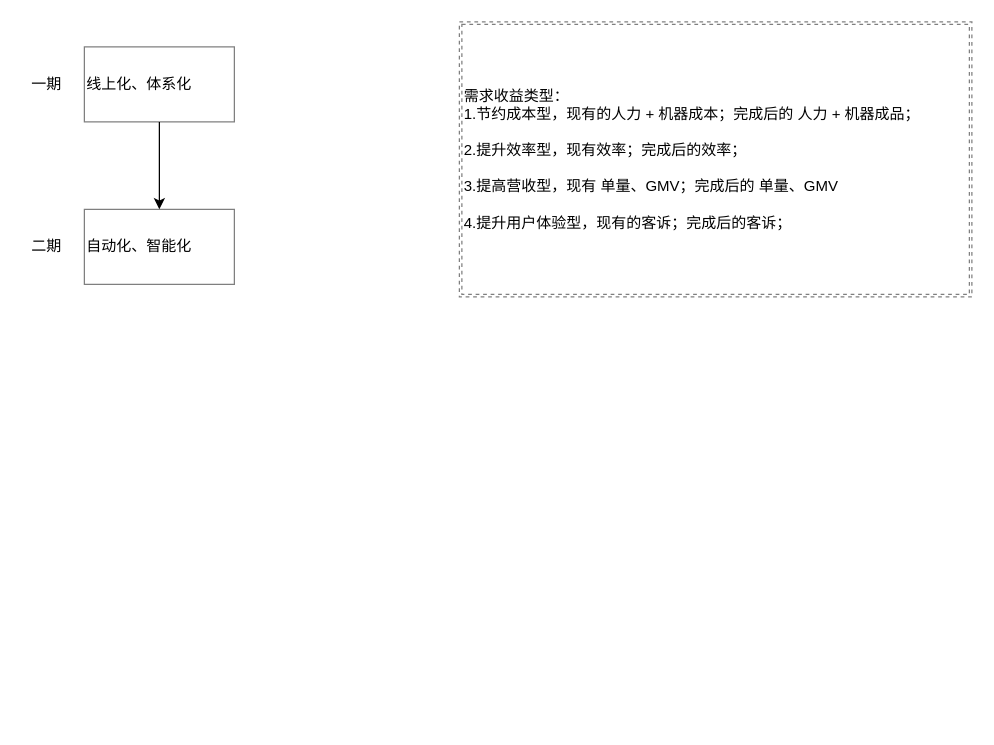
Earlier version of the draw.io diagram page "其他" (7 of 7) of 需求ROI评估.drawio (lihongliang1989/diagram). Source tidied: cells renumbered, new cells numbered last; positions are measured from the earlier drawing's top-left corner, leaving out a move shared by most shapes. Both pictures are drawn from the tidied source at 125%, with x=0, y=0 at pixel (21, 21).
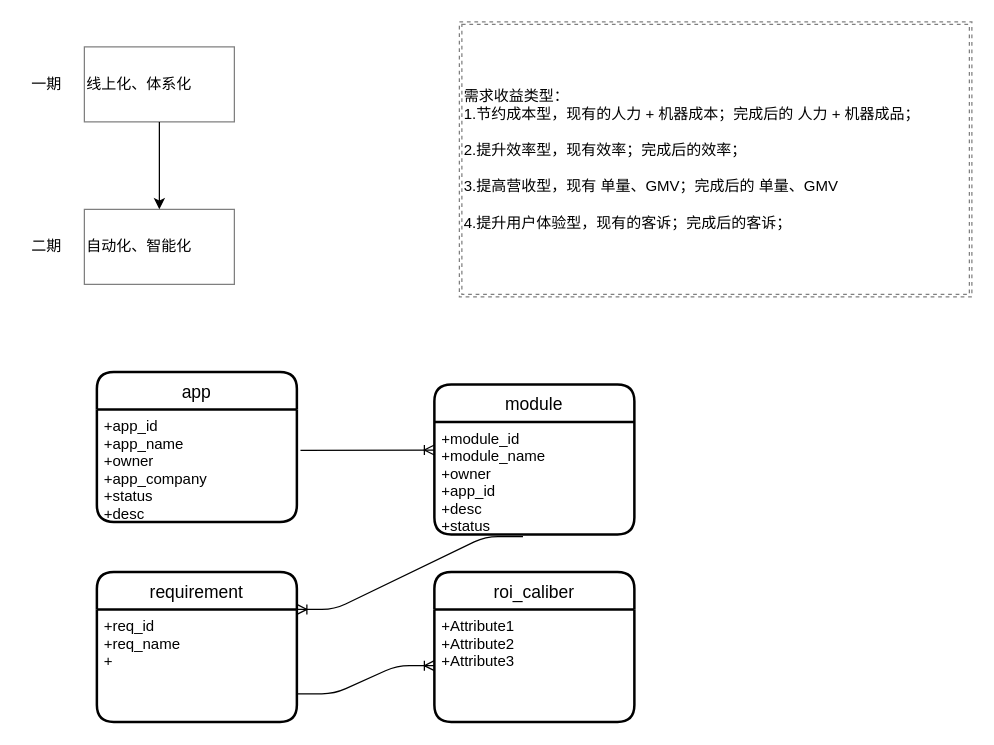
The same page after the edit.

The edit, as a diff of the source:
```diff
@@
 <mxGraphModel>
   <root>
     <mxCell id="0" />
     <mxCell id="1" parent="0" />
     <mxCell id="2" value="需求收益类型：&lt;br&gt;1.节约成本型，现有的人力 + 机器成本；完成后的 人力 + 机器成品；&lt;br&gt;&lt;br&gt;2.提升效率型，现有效率；完成后的效率；&lt;br&gt;&lt;br&gt;3.提高营收型，现有 单量、GMV；完成后的 单量、GMV&lt;br&gt;&lt;br&gt;4.提升用户体验型，现有的客诉；完成后的客诉；" style="shape=ext;double=1;rounded=0;whiteSpace=wrap;html=1;shadow=0;glass=0;dashed=1;sketch=0;fontColor=#000000;strokeColor=#000000;fillColor=#FFFFFF;align=left;opacity=50;" parent="1" vertex="1">
       <mxGeometry x="350" width="410" height="220" as="geometry" />
     </mxCell>
     <mxCell id="3" style="edgeStyle=orthogonalEdgeStyle;rounded=0;jettySize=auto;html=1;fontColor=#000000;" parent="1" edge="1" source="4" target="5">
       <mxGeometry relative="1" as="geometry" />
     </mxCell>
     <mxCell id="4" value="线上化、体系化" style="rounded=0;whiteSpace=wrap;html=1;shadow=0;glass=0;sketch=0;fontColor=#000000;strokeColor=#000000;fillColor=#FFFFFF;align=left;opacity=50;" parent="1" vertex="1">
       <mxGeometry x="50" y="20" width="120" height="60" as="geometry" />
     </mxCell>
     <mxCell id="5" value="自动化、智能化" style="rounded=0;whiteSpace=wrap;html=1;shadow=0;glass=0;sketch=0;fontColor=#000000;strokeColor=#000000;fillColor=#FFFFFF;align=left;opacity=50;" parent="1" vertex="1">
       <mxGeometry x="50" y="150" width="120" height="60" as="geometry" />
     </mxCell>
     <mxCell id="6" value="一期" style="text;html=1;strokeColor=none;fillColor=none;align=center;verticalAlign=middle;whiteSpace=wrap;rounded=0;shadow=0;glass=0;dashed=1;sketch=0;fontColor=#000000;opacity=50;" parent="1" vertex="1">
       <mxGeometry y="40" width="40" height="20" as="geometry" />
     </mxCell>
     <mxCell id="7" value="二期" style="text;html=1;strokeColor=none;fillColor=none;align=center;verticalAlign=middle;whiteSpace=wrap;rounded=0;shadow=0;glass=0;dashed=1;sketch=0;fontColor=#000000;opacity=50;" parent="1" vertex="1">
       <mxGeometry y="170" width="40" height="20" as="geometry" />
     </mxCell>
+    <mxCell id="8" value="app" style="swimlane;horizontal=1;startSize=30;rounded=1;fontSize=14;fontStyle=0;strokeWidth=2;shadow=0;dashed=0;align=center;" parent="1" vertex="1">
+      <mxGeometry x="60" y="280" width="160" height="120" as="geometry" />
+    </mxCell>
+    <mxCell id="9" value="+app_id&#10;+app_name&#10;+owner&#10;+app_company&#10;+status&#10;+desc" style="align=left;strokeColor=none;fillColor=none;spacingLeft=4;fontSize=12;verticalAlign=top;" parent="8" vertex="1">
+      <mxGeometry y="30" width="160" height="90" as="geometry" />
+    </mxCell>
+    <mxCell id="10" value="module" style="swimlane;horizontal=1;startSize=30;rounded=1;fontSize=14;fontStyle=0;strokeWidth=2;shadow=0;dashed=0;align=center;" parent="1" vertex="1">
+      <mxGeometry x="330" y="290" width="160" height="120" as="geometry" />
+    </mxCell>
+    <mxCell id="11" value="+module_id&#10;+module_name&#10;+owner&#10;+app_id&#10;+desc&#10;+status" style="align=left;strokeColor=none;fillColor=none;spacingLeft=4;fontSize=12;verticalAlign=top;" parent="10" vertex="1">
+      <mxGeometry y="30" width="160" height="90" as="geometry" />
+    </mxCell>
+    <mxCell id="12" style="edgeStyle=entityRelationEdgeStyle;fontSize=12;html=1;endArrow=ERoneToMany;exitX=1.018;exitY=0.365;exitDx=0;exitDy=0;entryX=0;entryY=0.25;entryDx=0;entryDy=0;rounded=1;endSize=6;startSize=6;targetPerimeterSpacing=0;jumpStyle=gap;exitPerimeter=0;" parent="1" edge="1" source="9" target="11">
+      <mxGeometry relative="1" as="geometry" />
+    </mxCell>
+    <mxCell id="13" value="requirement" style="swimlane;horizontal=1;startSize=30;rounded=1;fontSize=14;fontStyle=0;strokeWidth=2;shadow=0;dashed=0;align=center;" parent="1" vertex="1">
+      <mxGeometry x="60" y="440" width="160" height="120" as="geometry" />
+    </mxCell>
+    <mxCell id="14" value="+req_id&#10;+req_name&#10;+" style="align=left;strokeColor=none;fillColor=none;spacingLeft=4;fontSize=12;verticalAlign=top;" parent="13" vertex="1">
+      <mxGeometry y="30" width="160" height="90" as="geometry" />
+    </mxCell>
+    <mxCell id="15" value="roi_caliber" style="swimlane;horizontal=1;startSize=30;rounded=1;fontSize=14;fontStyle=0;strokeWidth=2;shadow=0;dashed=0;align=center;" parent="1" vertex="1">
+      <mxGeometry x="330" y="440" width="160" height="120" as="geometry" />
+    </mxCell>
+    <mxCell id="16" value="+Attribute1&#10;+Attribute2&#10;+Attribute3" style="align=left;strokeColor=none;fillColor=none;spacingLeft=4;fontSize=12;verticalAlign=top;" parent="15" vertex="1">
+      <mxGeometry y="30" width="160" height="90" as="geometry" />
+    </mxCell>
+    <mxCell id="17" style="edgeStyle=entityRelationEdgeStyle;fontSize=12;html=1;endArrow=ERoneToMany;startSize=6;endSize=6;targetPerimeterSpacing=0;entryX=0;entryY=0.5;entryDx=0;entryDy=0;exitX=1;exitY=0.75;exitDx=0;exitDy=0;" parent="1" edge="1" source="14" target="16">
+      <mxGeometry relative="1" as="geometry" />
+    </mxCell>
+    <mxCell id="18" style="edgeStyle=entityRelationEdgeStyle;fontSize=12;html=1;endArrow=ERoneToMany;startSize=6;endSize=6;targetPerimeterSpacing=0;exitX=0.443;exitY=1.019;exitDx=0;exitDy=0;exitPerimeter=0;entryX=1;entryY=0;entryDx=0;entryDy=0;" parent="1" edge="1" source="11" target="14">
+      <mxGeometry relative="1" as="geometry" />
+    </mxCell>
   </root>
 </mxGraphModel>
```
